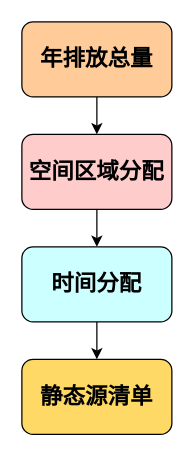
The draw.io diagram 静态源清单的编制框图.drawio in WienWong/Misc, before the edit. Source tidied: cells renumbered, new cells numbered last; positions are measured from the earlier drawing's top-left corner, leaving out a move shared by most shapes. Both pictures are drawn from the tidied source at 125%, with x=0, y=0 at pixel (21, 21).
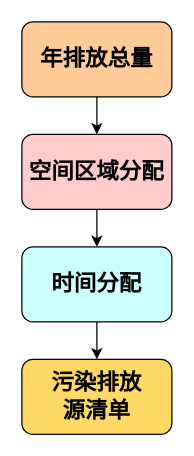
The same page after the edit.

Commit message:
Update 静态源清单的编制框图.drawio

Change to the diagram source:
```diff
@@
 <mxGraphModel>
   <root>
     <mxCell id="0" />
     <mxCell id="1" parent="0" />
     <mxCell id="2" style="edgeStyle=orthogonalEdgeStyle;rounded=0;jettySize=auto;html=1;exitX=0.5;exitY=1;exitDx=0;exitDy=0;entryX=0.5;entryY=0;entryDx=0;entryDy=0;" parent="1" edge="1" source="3" target="5">
       <mxGeometry relative="1" as="geometry" />
     </mxCell>
     <mxCell id="3" value="&lt;b&gt;&lt;font style=&quot;font-size: 18px&quot;&gt;年排放总量&lt;/font&gt;&lt;/b&gt;" style="rounded=1;whiteSpace=wrap;html=1;fillColor=#FFCC99;" parent="1" vertex="1">
       <mxGeometry width="120" height="60" as="geometry" />
     </mxCell>
     <mxCell id="4" style="edgeStyle=orthogonalEdgeStyle;rounded=0;jettySize=auto;html=1;exitX=0.5;exitY=1;exitDx=0;exitDy=0;entryX=0.5;entryY=0;entryDx=0;entryDy=0;" parent="1" edge="1" source="5" target="7">
       <mxGeometry relative="1" as="geometry" />
     </mxCell>
     <mxCell id="5" value="&lt;b&gt;&lt;font style=&quot;font-size: 18px&quot;&gt;空间区域分配&lt;/font&gt;&lt;/b&gt;" style="rounded=1;whiteSpace=wrap;html=1;fillColor=#FFCCCC;" parent="1" vertex="1">
       <mxGeometry y="90" width="120" height="60" as="geometry" />
     </mxCell>
     <mxCell id="6" style="edgeStyle=orthogonalEdgeStyle;rounded=0;jettySize=auto;html=1;exitX=0.5;exitY=1;exitDx=0;exitDy=0;" parent="1" edge="1" source="7" target="8">
       <mxGeometry relative="1" as="geometry" />
     </mxCell>
     <mxCell id="7" value="&lt;b&gt;&lt;font style=&quot;font-size: 18px&quot;&gt;时间分配&lt;/font&gt;&lt;/b&gt;" style="rounded=1;whiteSpace=wrap;html=1;fillColor=#CCFFFF;" parent="1" vertex="1">
       <mxGeometry y="180" width="120" height="60" as="geometry" />
     </mxCell>
-    <mxCell id="8" value="&lt;font style=&quot;font-size: 18px&quot;&gt;&lt;b&gt;静态源清单&lt;/b&gt;&lt;/font&gt;" style="rounded=1;whiteSpace=wrap;html=1;fillColor=#FFD966;" parent="1" vertex="1">
+    <mxCell id="8" value="&lt;font style=&quot;font-size: 18px&quot;&gt;&lt;b&gt;污染排放&lt;br&gt;源清单&lt;/b&gt;&lt;/font&gt;" style="rounded=1;whiteSpace=wrap;html=1;fillColor=#FFD966;" parent="1" vertex="1">
       <mxGeometry y="270" width="120" height="60" as="geometry" />
     </mxCell>
   </root>
 </mxGraphModel>
```
